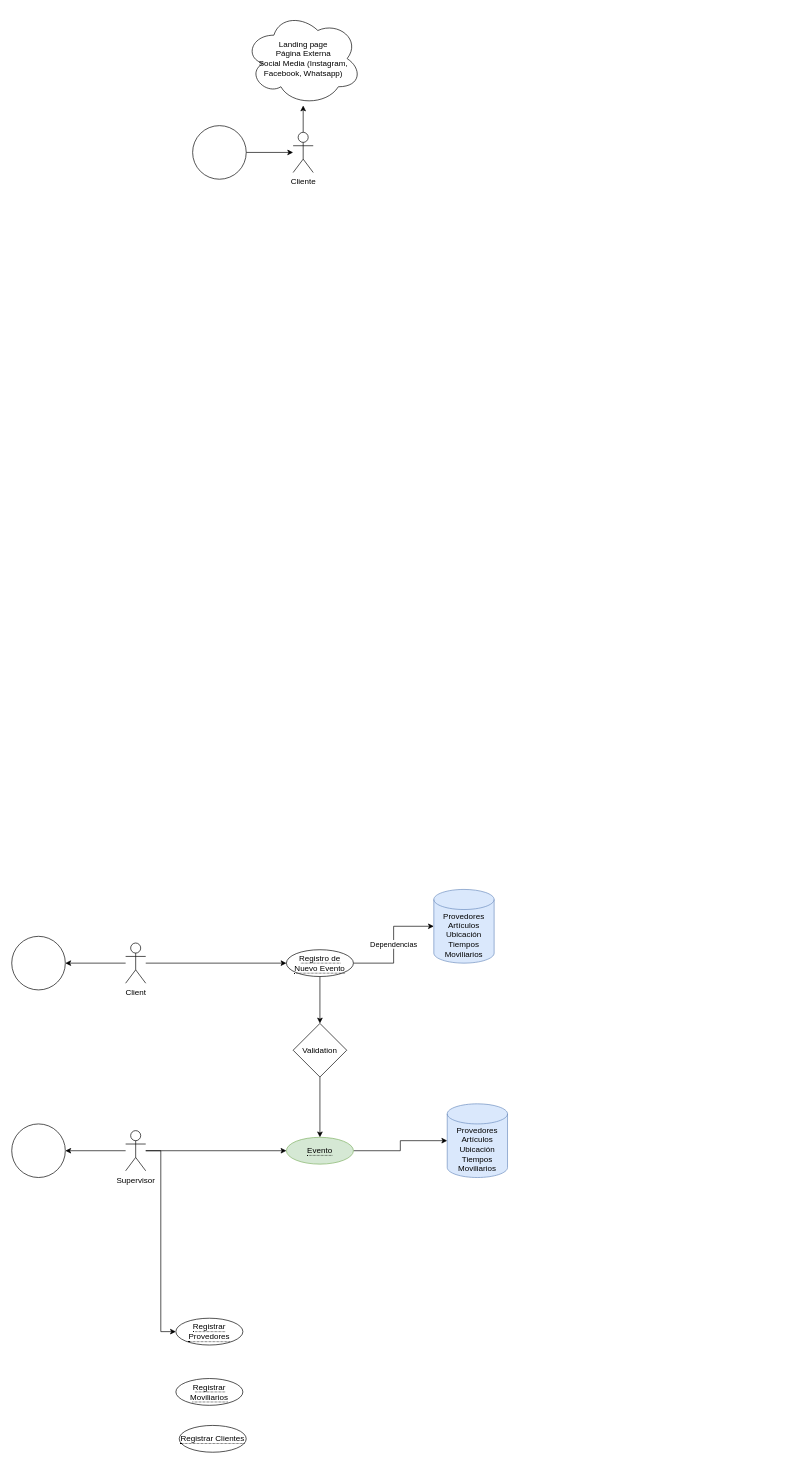
Above: P-Party Child/Use Case Party Child.drawio in JalzDeLezZ/Draw-io (draw.io), before the change. Source tidied: cells renumbered, new cells numbered last; positions are measured from the earlier drawing's top-left corner, leaving out a move shared by most shapes. Both pictures are drawn from the tidied source at 67%, with x=0, y=0 at pixel (11, 11).
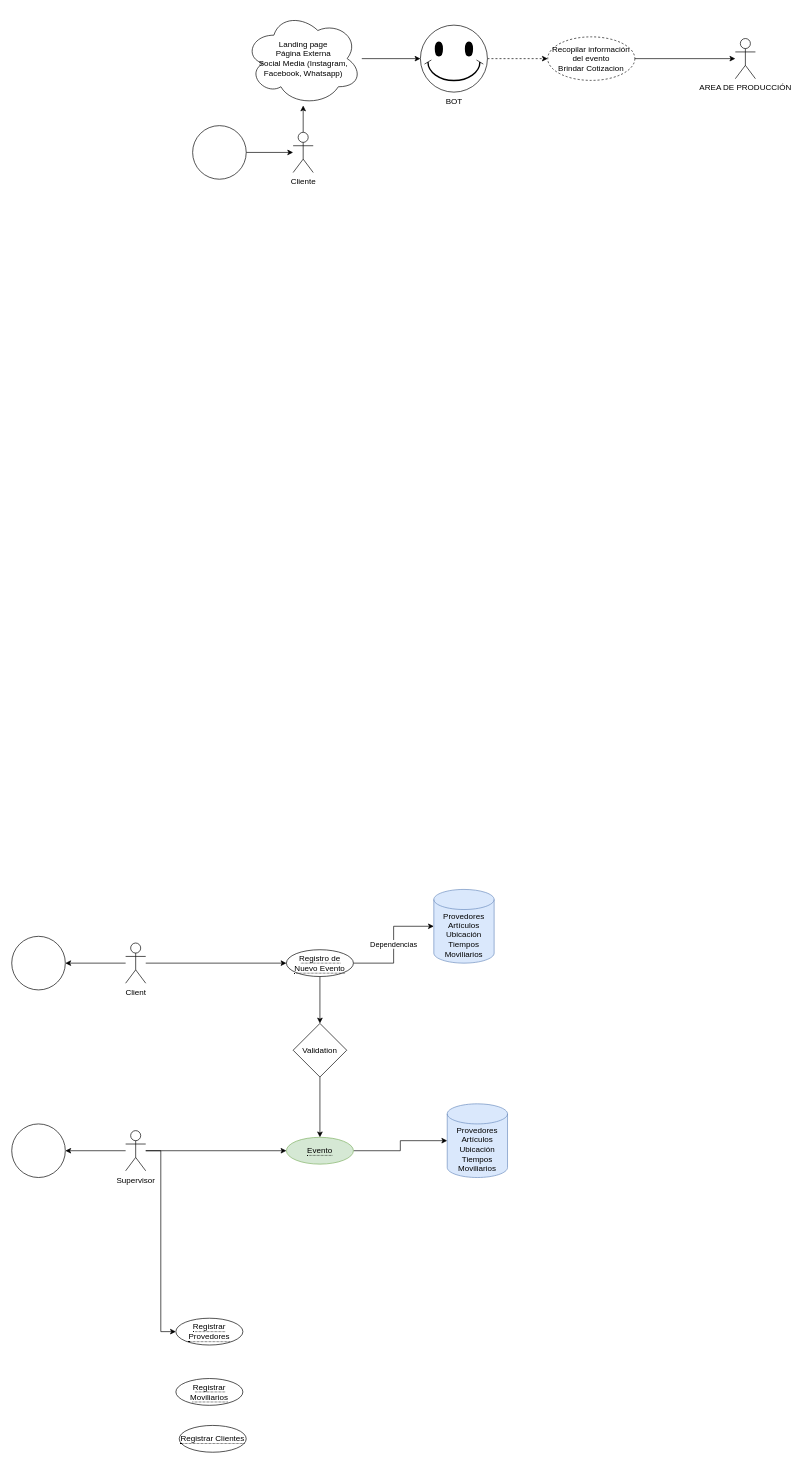
The same page after the edit.

The change refers to these unchanged cells:
```xml
<mxCell id="11" value="Landing page&lt;br&gt;Página Externa&lt;br&gt;Social Media (Instagram, Facebook, Whatsapp)" style="ellipse;shape=cloud;whiteSpace=wrap;html=1;" parent="1" vertex="1">
  <mxGeometry x="347.5" width="175" height="140" as="geometry" />
</mxCell>
```

What changed in the source:
```diff
@@
+    <mxCell id="28" style="edgeStyle=orthogonalEdgeStyle;rounded=0;jettySize=auto;html=1;" parent="1" edge="1" source="11" target="30">
+      <mxGeometry relative="1" as="geometry" />
+    </mxCell>
@@
+    <mxCell id="29" style="edgeStyle=orthogonalEdgeStyle;rounded=0;jettySize=auto;html=1;dashed=1;" parent="1" edge="1" source="30" target="32">
+      <mxGeometry relative="1" as="geometry" />
+    </mxCell>
@@
+    <mxCell id="30" value="BOT" style="verticalLabelPosition=bottom;verticalAlign=top;html=1;shape=mxgraph.basic.smiley;" parent="1" vertex="1">
+      <mxGeometry x="610" y="20" width="100" height="100" as="geometry" />
+    </mxCell>
@@
+    <mxCell id="31" style="edgeStyle=orthogonalEdgeStyle;rounded=0;jettySize=auto;html=1;" parent="1" edge="1" source="32" target="33">
+      <mxGeometry relative="1" as="geometry" />
+    </mxCell>
@@
+    <mxCell id="32" value="Recopilar información del evento&lt;br&gt;Brindar Cotizacion" style="ellipse;whiteSpace=wrap;html=1;align=center;dashed=1;" parent="1" vertex="1">
+      <mxGeometry x="800" y="37.5" width="130" height="65" as="geometry" />
+    </mxCell>
@@
+    <mxCell id="33" value="AREA DE PRODUCCIÓN" style="shape=umlActor;verticalLabelPosition=bottom;verticalAlign=top;html=1;" parent="1" vertex="1">
+      <mxGeometry x="1080" y="40" width="30" height="60" as="geometry" />
+    </mxCell>
```
